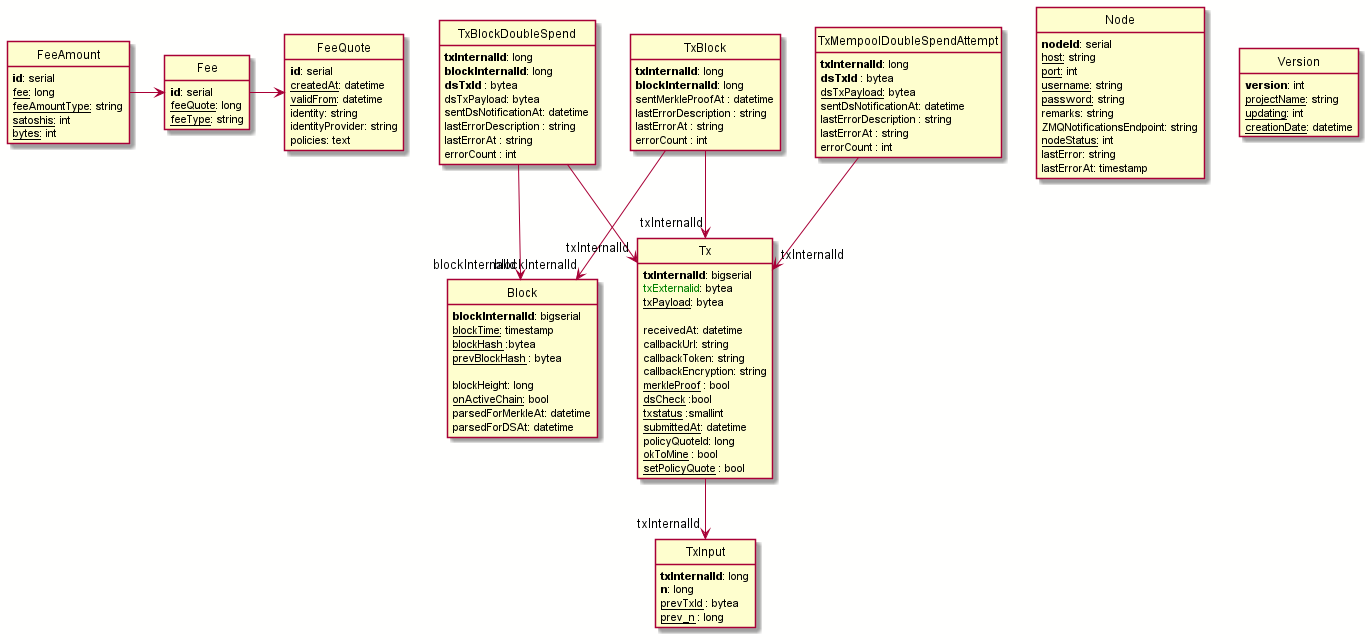
bitcoin-sv/merchantapi-reference keeps this PlantUML diagram as src/MerchantAPI/APIGateway/APIGateway.Database/Uml/out/APIGatewayUml/APIGatewayUml.png. Above is the earlier version.
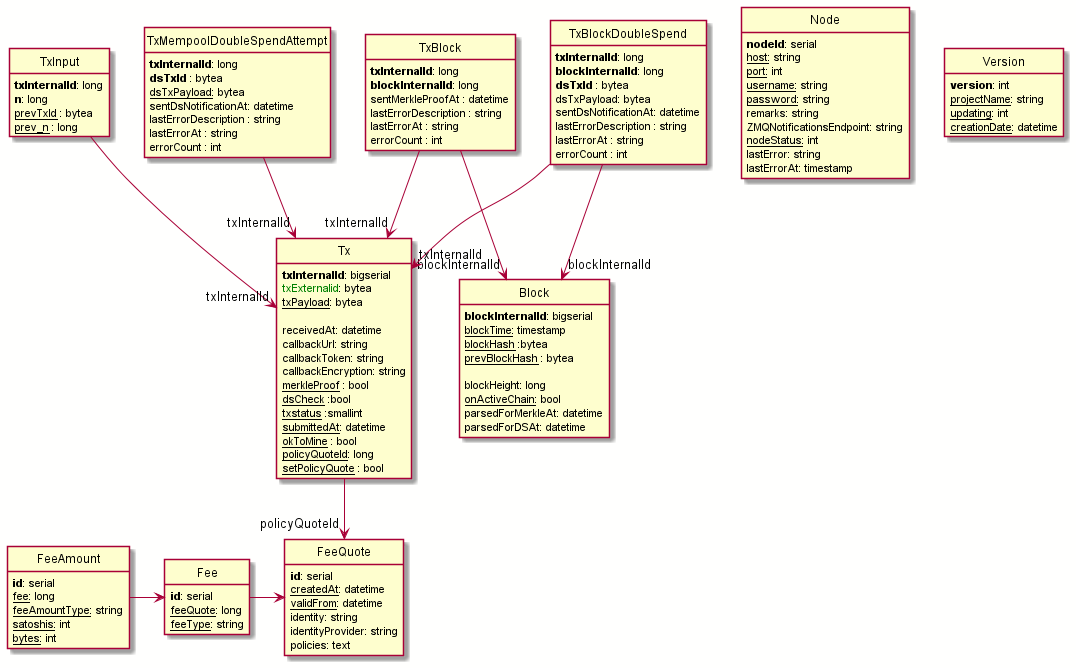
Later version of the same file.

Diff of the diagram source:
```diff
@@ -19,10 +19,11 @@
   not_null(dsCheck) :bool
   not_null(txstatus) :smallint
   not_null(submittedAt): datetime
-  policyQuoteId: long
   not_null(okToMine) : bool
+  not_null(policyQuoteId): long
   not_null(setPolicyQuote) : bool
 }
+Tx --> "policyQuoteId" FeeQuote
 
 class TxInput {
   primary_key(txInternalId): long
@@ -31,7 +32,7 @@
   not_null(prev_n) : long
 
 }
-Tx --> "txInternalId" TxInput
+TxInput --> "txInternalId" Tx
 
 class TxBlock
 {
```
